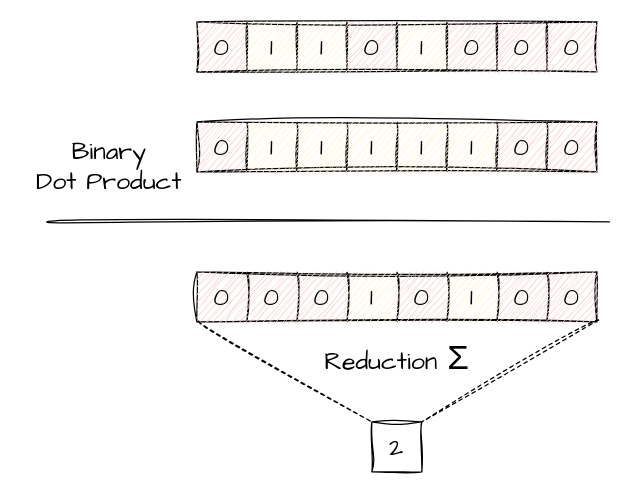
Before: images/binary-0-1-dot-product.drawio in KastnerRG/pp4fpgas, a draw.io diagram. Source tidied: cells renumbered, new cells numbered last; positions are measured from the earlier drawing's top-left corner, leaving out a move shared by most shapes. Both pictures are drawn from the tidied source at 125%, with x=0, y=0 at pixel (21, 21).
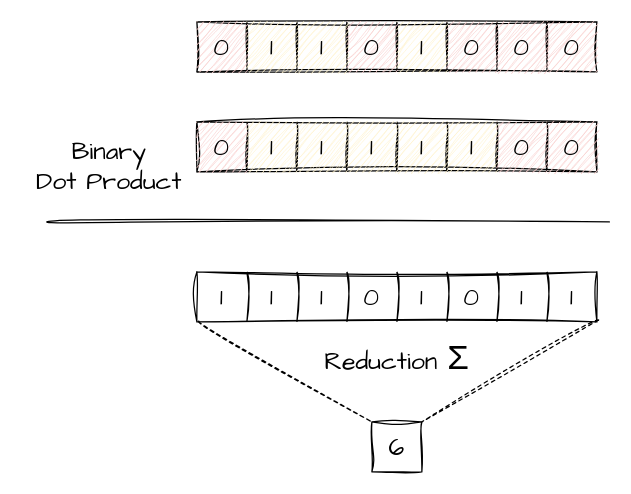
The same page after the edit.

Unchanged cells that the change refers to:
```xml
<mxCell id="25" style="shape=tableRow;horizontal=0;startSize=0;swimlaneHead=0;swimlaneBody=0;strokeColor=inherit;top=0;left=0;bottom=0;right=0;fillColor=none;points=[[0,0.5],[1,0.5]];portConstraint=eastwest;sketch=1;hachureGap=4;jiggle=2;curveFitting=1;fontFamily=Architects Daughter;fontSize=20;" parent="24" vertex="1">
  <mxGeometry width="320" height="40" as="geometry" />
</mxCell>
```

Change to the diagram source:
```diff
@@
-    <mxCell id="24" style="shape=table;startSize=0;childLayout=tableLayout;sketch=1;hachureGap=4;jiggle=2;curveFitting=1;fontFamily=Architects Daughter;fontSize=20;" parent="1" vertex="1">
+    <mxCell id="24" style="shape=table;startSize=0;childLayout=tableLayout;sketch=1;hachureGap=4;jiggle=2;curveFitting=1;fontFamily=Architects Daughter;fontSize=20;fillColor=none;" parent="1" vertex="1">
       <mxGeometry x="140" y="200" width="320" height="40" as="geometry" />
     </mxCell>
@@
-    <mxCell id="26" value="0" style="shape=partialRectangle;html=1;whiteSpace=wrap;strokeColor=#b85450;overflow=hidden;fillColor=#f8cecc;top=0;left=0;bottom=0;right=0;sketch=1;hachureGap=4;jiggle=2;curveFitting=1;fontFamily=Architects Daughter;fontSize=20;" parent="25" vertex="1">
+    <mxCell id="26" value="1" style="shape=partialRectangle;html=1;whiteSpace=wrap;strokeColor=#b85450;overflow=hidden;fillColor=none;top=0;left=0;bottom=0;right=0;sketch=1;hachureGap=4;jiggle=2;curveFitting=1;fontFamily=Architects Daughter;fontSize=20;" parent="25" vertex="1">
       <mxGeometry width="40" height="40" as="geometry" />
     </mxCell>
-    <mxCell id="27" value="0" style="shape=partialRectangle;html=1;whiteSpace=wrap;strokeColor=#b85450;overflow=hidden;fillColor=#f8cecc;top=0;left=0;bottom=0;right=0;sketch=1;hachureGap=4;jiggle=2;curveFitting=1;fontFamily=Architects Daughter;fontSize=20;" parent="25" vertex="1">
+    <mxCell id="27" value="1" style="shape=partialRectangle;html=1;whiteSpace=wrap;strokeColor=#b85450;overflow=hidden;fillColor=none;top=0;left=0;bottom=0;right=0;sketch=1;hachureGap=4;jiggle=2;curveFitting=1;fontFamily=Architects Daughter;fontSize=20;" parent="25" vertex="1">
       <mxGeometry x="40" width="40" height="40" as="geometry" />
     </mxCell>
-    <mxCell id="28" value="0" style="shape=partialRectangle;html=1;whiteSpace=wrap;strokeColor=#b85450;overflow=hidden;fillColor=#f8cecc;top=0;left=0;bottom=0;right=0;sketch=1;hachureGap=4;jiggle=2;curveFitting=1;fontFamily=Architects Daughter;fontSize=20;" parent="25" vertex="1">
+    <mxCell id="28" value="1" style="shape=partialRectangle;html=1;whiteSpace=wrap;strokeColor=#b85450;overflow=hidden;fillColor=none;top=0;left=0;bottom=0;right=0;sketch=1;hachureGap=4;jiggle=2;curveFitting=1;fontFamily=Architects Daughter;fontSize=20;" parent="25" vertex="1">
       <mxGeometry x="80" width="40" height="40" as="geometry" />
     </mxCell>
-    <mxCell id="29" value="1" style="shape=partialRectangle;html=1;whiteSpace=wrap;strokeColor=#d6b656;overflow=hidden;fillColor=#fff2cc;top=0;left=0;bottom=0;right=0;sketch=1;hachureGap=4;jiggle=2;curveFitting=1;fontFamily=Architects Daughter;fontSize=20;" parent="25" vertex="1">
+    <mxCell id="29" value="0" style="shape=partialRectangle;html=1;whiteSpace=wrap;strokeColor=#d6b656;overflow=hidden;fillColor=none;top=0;left=0;bottom=0;right=0;sketch=1;hachureGap=4;jiggle=2;curveFitting=1;fontFamily=Architects Daughter;fontSize=20;" parent="25" vertex="1">
       <mxGeometry x="120" width="40" height="40" as="geometry" />
     </mxCell>
-    <mxCell id="30" value="0" style="shape=partialRectangle;html=1;whiteSpace=wrap;strokeColor=#b85450;overflow=hidden;fillColor=#f8cecc;top=0;left=0;bottom=0;right=0;sketch=1;hachureGap=4;jiggle=2;curveFitting=1;fontFamily=Architects Daughter;fontSize=20;" parent="25" vertex="1">
+    <mxCell id="30" value="1" style="shape=partialRectangle;html=1;whiteSpace=wrap;strokeColor=#b85450;overflow=hidden;fillColor=none;top=0;left=0;bottom=0;right=0;sketch=1;hachureGap=4;jiggle=2;curveFitting=1;fontFamily=Architects Daughter;fontSize=20;" parent="25" vertex="1">
       <mxGeometry x="160" width="40" height="40" as="geometry" />
     </mxCell>
-    <mxCell id="31" value="1" style="shape=partialRectangle;html=1;whiteSpace=wrap;strokeColor=#d6b656;overflow=hidden;fillColor=#fff2cc;top=0;left=0;bottom=0;right=0;sketch=1;hachureGap=4;jiggle=2;curveFitting=1;fontFamily=Architects Daughter;fontSize=20;" parent="25" vertex="1">
+    <mxCell id="31" value="0" style="shape=partialRectangle;html=1;whiteSpace=wrap;strokeColor=#d6b656;overflow=hidden;fillColor=none;top=0;left=0;bottom=0;right=0;sketch=1;hachureGap=4;jiggle=2;curveFitting=1;fontFamily=Architects Daughter;fontSize=20;" parent="25" vertex="1">
       <mxGeometry x="200" width="40" height="40" as="geometry" />
     </mxCell>
-    <mxCell id="32" value="0" style="shape=partialRectangle;html=1;whiteSpace=wrap;strokeColor=#b85450;overflow=hidden;fillColor=#f8cecc;top=0;left=0;bottom=0;right=0;sketch=1;hachureGap=4;jiggle=2;curveFitting=1;fontFamily=Architects Daughter;fontSize=20;" parent="25" vertex="1">
+    <mxCell id="32" value="1" style="shape=partialRectangle;html=1;whiteSpace=wrap;strokeColor=#b85450;overflow=hidden;fillColor=none;top=0;left=0;bottom=0;right=0;sketch=1;hachureGap=4;jiggle=2;curveFitting=1;fontFamily=Architects Daughter;fontSize=20;" parent="25" vertex="1">
       <mxGeometry x="240" width="40" height="40" as="geometry" />
     </mxCell>
-    <mxCell id="33" value="0" style="shape=partialRectangle;html=1;whiteSpace=wrap;strokeColor=#b85450;overflow=hidden;fillColor=#f8cecc;top=0;left=0;bottom=0;right=0;sketch=1;hachureGap=4;jiggle=2;curveFitting=1;fontFamily=Architects Daughter;fontSize=20;" parent="25" vertex="1">
+    <mxCell id="33" value="1" style="shape=partialRectangle;html=1;whiteSpace=wrap;strokeColor=#b85450;overflow=hidden;fillColor=none;top=0;left=0;bottom=0;right=0;sketch=1;hachureGap=4;jiggle=2;curveFitting=1;fontFamily=Architects Daughter;fontSize=20;" parent="25" vertex="1">
       <mxGeometry x="280" width="40" height="40" as="geometry" />
     </mxCell>
@@
-    <mxCell id="36" value="&lt;font style=&quot;font-size: 20px;&quot;&gt;2&lt;/font&gt;" style="whiteSpace=wrap;html=1;sketch=1;hachureGap=4;jiggle=2;curveFitting=1;fontFamily=Architects Daughter;" parent="1" vertex="1">
+    <mxCell id="36" value="&lt;font style=&quot;font-size: 20px;&quot;&gt;6&lt;/font&gt;" style="whiteSpace=wrap;html=1;sketch=1;hachureGap=4;jiggle=2;curveFitting=1;fontFamily=Architects Daughter;" parent="1" vertex="1">
       <mxGeometry x="280" y="320" width="40" height="40" as="geometry" />
     </mxCell>
```
